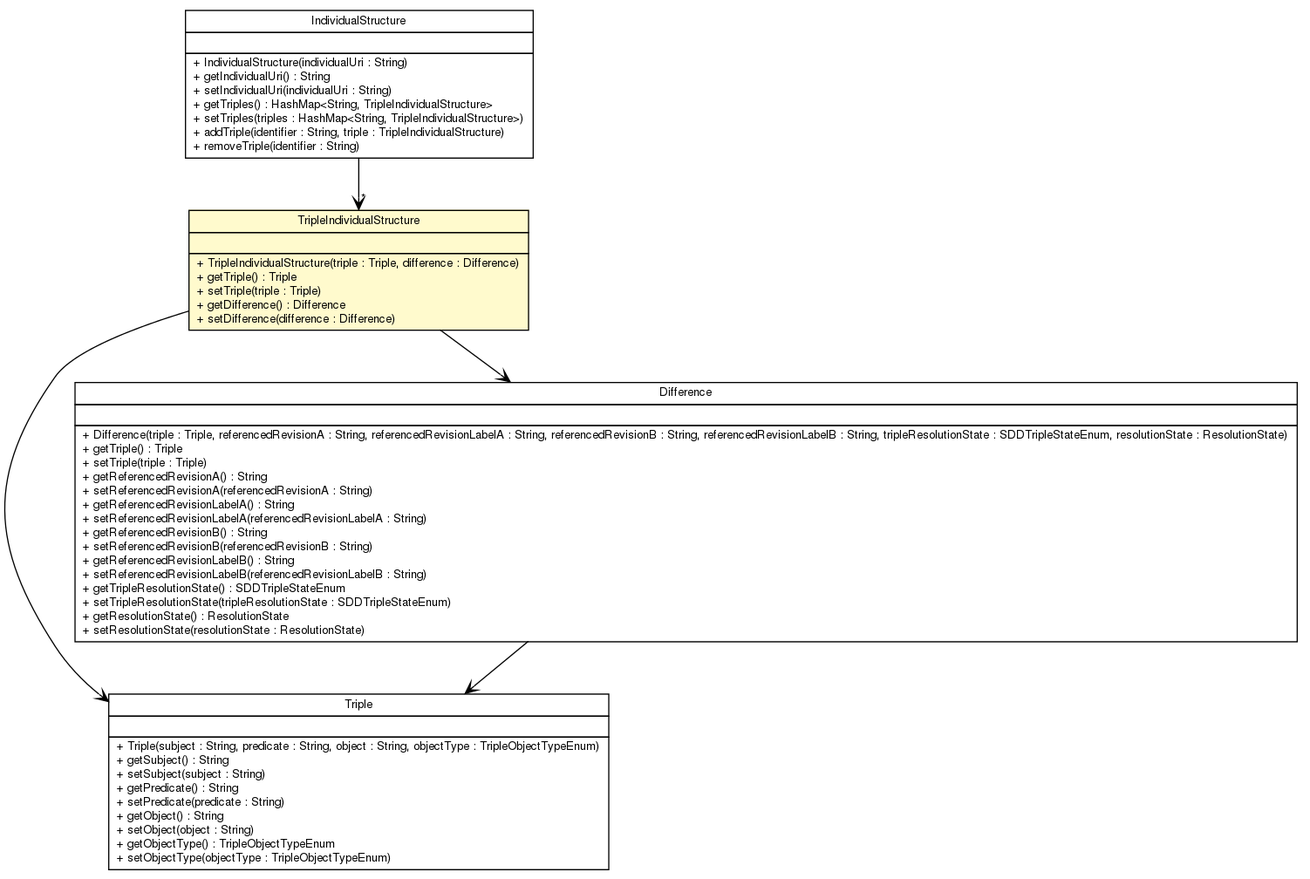
Before: site/apidocs/de/tud/plt/r43ples/merging/model/structure/TripleIndividualStructure.png, a diagram exported from Graphviz (adrianorzyszek/r43ples). Its source is kept beside it as site/apidocs/de/tud/plt/r43ples/merging/model/structure/TripleIndividualStructure.dot.
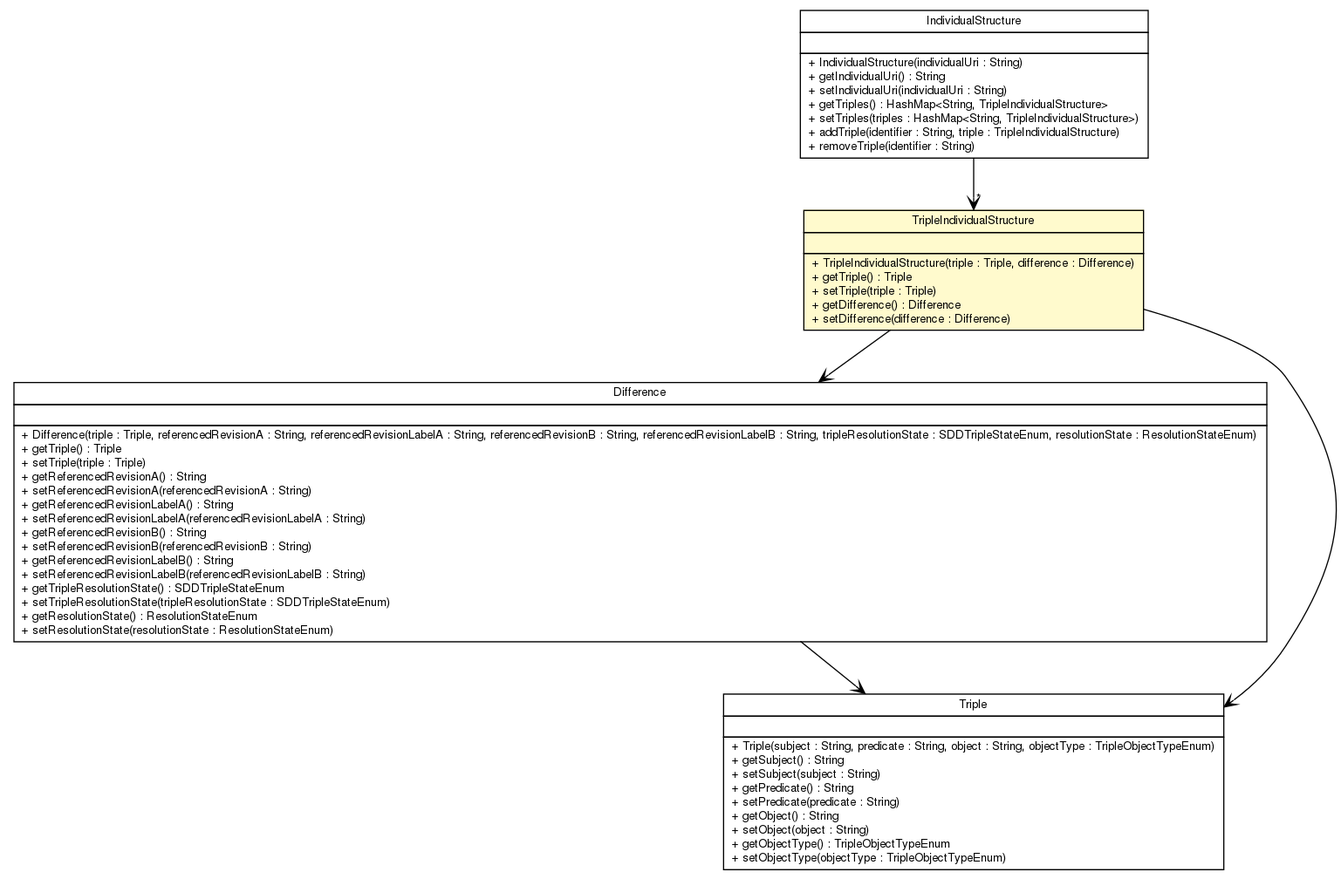
After the change.

Diff of the diagram source:
```diff
@@ -4,7 +4,32 @@
 	node [fontname="Helvetica",fontsize=10,shape=plaintext];
 	nodesep=0.25;
 	ranksep=0.5;
-	c6300 [label=<<table title="de.tud.plt.r43ples.merging.model.structure.IndividualStructure" border="0" cellborder="1" cellspacing="0" cellpadding="2" port="p" href="./IndividualStructure.html">
+	c5865 [label=<<table title="de.tud.plt.r43ples.merging.model.structure.Difference" border="0" cellborder="1" cellspacing="0" cellpadding="2" port="p" href="./Difference.html">
+		<tr><td><table border="0" cellspacing="0" cellpadding="1">
+<tr><td align="center" balign="center"> Difference </td></tr>
+		</table></td></tr>
+		<tr><td><table border="0" cellspacing="0" cellpadding="1">
+<tr><td align="left" balign="left">  </td></tr>
+		</table></td></tr>
+		<tr><td><table border="0" cellspacing="0" cellpadding="1">
+<tr><td align="left" balign="left"> + Difference(triple : Triple, referencedRevisionA : String, referencedRevisionLabelA : String, referencedRevisionB : String, referencedRevisionLabelB : String, tripleResolutionState : SDDTripleStateEnum, resolutionState : ResolutionStateEnum) </td></tr>
+<tr><td align="left" balign="left"> + getTriple() : Triple </td></tr>
+<tr><td align="left" balign="left"> + setTriple(triple : Triple) </td></tr>
+<tr><td align="left" balign="left"> + getReferencedRevisionA() : String </td></tr>
+<tr><td align="left" balign="left"> + setReferencedRevisionA(referencedRevisionA : String) </td></tr>
+<tr><td align="left" balign="left"> + getReferencedRevisionLabelA() : String </td></tr>
+<tr><td align="left" balign="left"> + setReferencedRevisionLabelA(referencedRevisionLabelA : String) </td></tr>
+<tr><td align="left" balign="left"> + getReferencedRevisionB() : String </td></tr>
+<tr><td align="left" balign="left"> + setReferencedRevisionB(referencedRevisionB : String) </td></tr>
+<tr><td align="left" balign="left"> + getReferencedRevisionLabelB() : String </td></tr>
+<tr><td align="left" balign="left"> + setReferencedRevisionLabelB(referencedRevisionLabelB : String) </td></tr>
+<tr><td align="left" balign="left"> + getTripleResolutionState() : SDDTripleStateEnum </td></tr>
+<tr><td align="left" balign="left"> + setTripleResolutionState(tripleResolutionState : SDDTripleStateEnum) </td></tr>
+<tr><td align="left" balign="left"> + getResolutionState() : ResolutionStateEnum </td></tr>
+<tr><td align="left" balign="left"> + setResolutionState(resolutionState : ResolutionStateEnum) </td></tr>
+		</table></td></tr>
+		</table>>, URL="./Difference.html", fontname="Helvetica", fontcolor="black", fontsize=10.0];
+	c5873 [label=<<table title="de.tud.plt.r43ples.merging.model.structure.IndividualStructure" border="0" cellborder="1" cellspacing="0" cellpadding="2" port="p" href="./IndividualStructure.html">
 		<tr><td><table border="0" cellspacing="0" cellpadding="1">
 <tr><td align="center" balign="center"> IndividualStructure </td></tr>
 		</table></td></tr>
@@ -21,7 +46,7 @@
 <tr><td align="left" balign="left"> + removeTriple(identifier : String) </td></tr>
 		</table></td></tr>
 		</table>>, URL="./IndividualStructure.html", fontname="Helvetica", fontcolor="black", fontsize=10.0];
-	c6302 [label=<<table title="de.tud.plt.r43ples.merging.model.structure.Triple" border="0" cellborder="1" cellspacing="0" cellpadding="2" port="p" href="./Triple.html">
+	c5882 [label=<<table title="de.tud.plt.r43ples.merging.model.structure.Triple" border="0" cellborder="1" cellspacing="0" cellpadding="2" port="p" href="./Triple.html">
 		<tr><td><table border="0" cellspacing="0" cellpadding="1">
 <tr><td align="center" balign="center"> Triple </td></tr>
 		</table></td></tr>
@@ -40,32 +65,7 @@
 <tr><td align="left" balign="left"> + setObjectType(objectType : TripleObjectTypeEnum) </td></tr>
 		</table></td></tr>
 		</table>>, URL="./Triple.html", fontname="Helvetica", fontcolor="black", fontsize=10.0];
-	c6306 [label=<<table title="de.tud.plt.r43ples.merging.model.structure.Difference" border="0" cellborder="1" cellspacing="0" cellpadding="2" port="p" href="./Difference.html">
-		<tr><td><table border="0" cellspacing="0" cellpadding="1">
-<tr><td align="center" balign="center"> Difference </td></tr>
-		</table></td></tr>
-		<tr><td><table border="0" cellspacing="0" cellpadding="1">
-<tr><td align="left" balign="left">  </td></tr>
-		</table></td></tr>
-		<tr><td><table border="0" cellspacing="0" cellpadding="1">
-<tr><td align="left" balign="left"> + Difference(triple : Triple, referencedRevisionA : String, referencedRevisionLabelA : String, referencedRevisionB : String, referencedRevisionLabelB : String, tripleResolutionState : SDDTripleStateEnum, resolutionState : ResolutionState) </td></tr>
-<tr><td align="left" balign="left"> + getTriple() : Triple </td></tr>
-<tr><td align="left" balign="left"> + setTriple(triple : Triple) </td></tr>
-<tr><td align="left" balign="left"> + getReferencedRevisionA() : String </td></tr>
-<tr><td align="left" balign="left"> + setReferencedRevisionA(referencedRevisionA : String) </td></tr>
-<tr><td align="left" balign="left"> + getReferencedRevisionLabelA() : String </td></tr>
-<tr><td align="left" balign="left"> + setReferencedRevisionLabelA(referencedRevisionLabelA : String) </td></tr>
-<tr><td align="left" balign="left"> + getReferencedRevisionB() : String </td></tr>
-<tr><td align="left" balign="left"> + setReferencedRevisionB(referencedRevisionB : String) </td></tr>
-<tr><td align="left" balign="left"> + getReferencedRevisionLabelB() : String </td></tr>
-<tr><td align="left" balign="left"> + setReferencedRevisionLabelB(referencedRevisionLabelB : String) </td></tr>
-<tr><td align="left" balign="left"> + getTripleResolutionState() : SDDTripleStateEnum </td></tr>
-<tr><td align="left" balign="left"> + setTripleResolutionState(tripleResolutionState : SDDTripleStateEnum) </td></tr>
-<tr><td align="left" balign="left"> + getResolutionState() : ResolutionState </td></tr>
-<tr><td align="left" balign="left"> + setResolutionState(resolutionState : ResolutionState) </td></tr>
-		</table></td></tr>
-		</table>>, URL="./Difference.html", fontname="Helvetica", fontcolor="black", fontsize=10.0];
-	c6308 [label=<<table title="de.tud.plt.r43ples.merging.model.structure.TripleIndividualStructure" border="0" cellborder="1" cellspacing="0" cellpadding="2" port="p" bgcolor="lemonChiffon" href="./TripleIndividualStructure.html">
+	c5883 [label=<<table title="de.tud.plt.r43ples.merging.model.structure.TripleIndividualStructure" border="0" cellborder="1" cellspacing="0" cellpadding="2" port="p" bgcolor="lemonChiffon" href="./TripleIndividualStructure.html">
 		<tr><td><table border="0" cellspacing="0" cellpadding="1">
 <tr><td align="center" balign="center"> TripleIndividualStructure </td></tr>
 		</table></td></tr>
@@ -80,8 +80,8 @@
 <tr><td align="left" balign="left"> + setDifference(difference : Difference) </td></tr>
 		</table></td></tr>
 		</table>>, URL="./TripleIndividualStructure.html", fontname="Helvetica", fontcolor="black", fontsize=10.0];
-	c6300:p -> c6308:p [taillabel="", label="", headlabel="*", fontname="Helvetica", fontcolor="black", fontsize=10.0, color="black", arrowhead=open];
-	c6306:p -> c6302:p [taillabel="", label="", headlabel="", fontname="Helvetica", fontcolor="black", fontsize=10.0, color="black", arrowhead=open];
-	c6308:p -> c6302:p [taillabel="", label="", headlabel="", fontname="Helvetica", fontcolor="black", fontsize=10.0, color="black", arrowhead=open];
-	c6308:p -> c6306:p [taillabel="", label="", headlabel="", fontname="Helvetica", fontcolor="black", fontsize=10.0, color="black", arrowhead=open];
+	c5865:p -> c5882:p [taillabel="", label="", headlabel="", fontname="Helvetica", fontcolor="black", fontsize=10.0, color="black", arrowhead=open];
+	c5873:p -> c5883:p [taillabel="", label="", headlabel="*", fontname="Helvetica", fontcolor="black", fontsize=10.0, color="black", arrowhead=open];
+	c5883:p -> c5882:p [taillabel="", label="", headlabel="", fontname="Helvetica", fontcolor="black", fontsize=10.0, color="black", arrowhead=open];
+	c5883:p -> c5865:p [taillabel="", label="", headlabel="", fontname="Helvetica", fontcolor="black", fontsize=10.0, color="black", arrowhead=open];
 }
```
